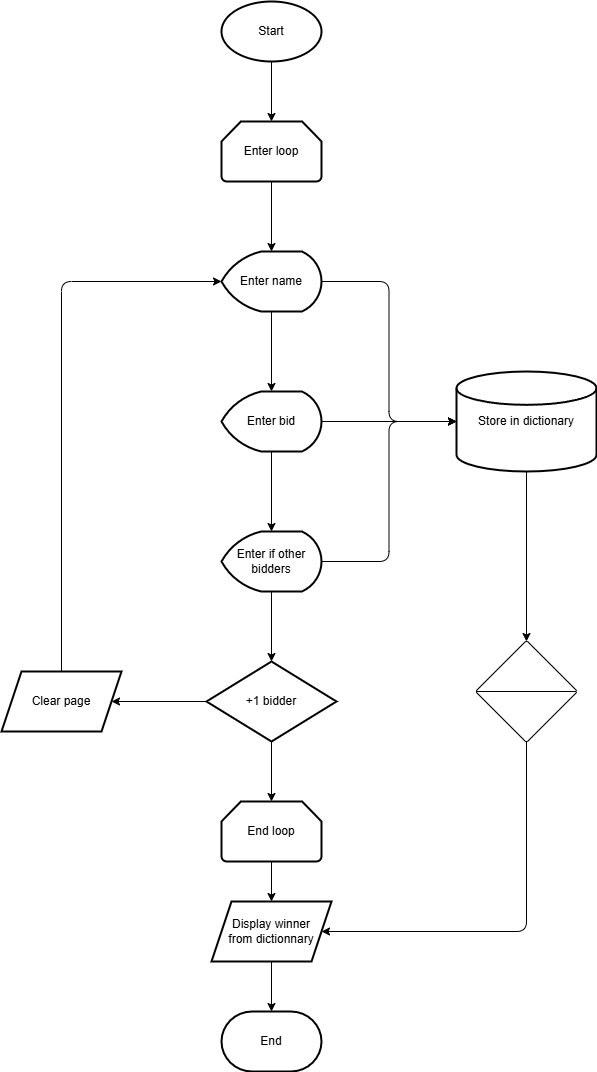
This is Flowcharts/auction.drawio.png from ShahinKhalkhali/Python-Training, a draw.io export, as it was before one commit. Source tidied: cells renumbered, new cells last; positions are measured from the earlier drawing's top-left corner, leaving out a move shared by most shapes.
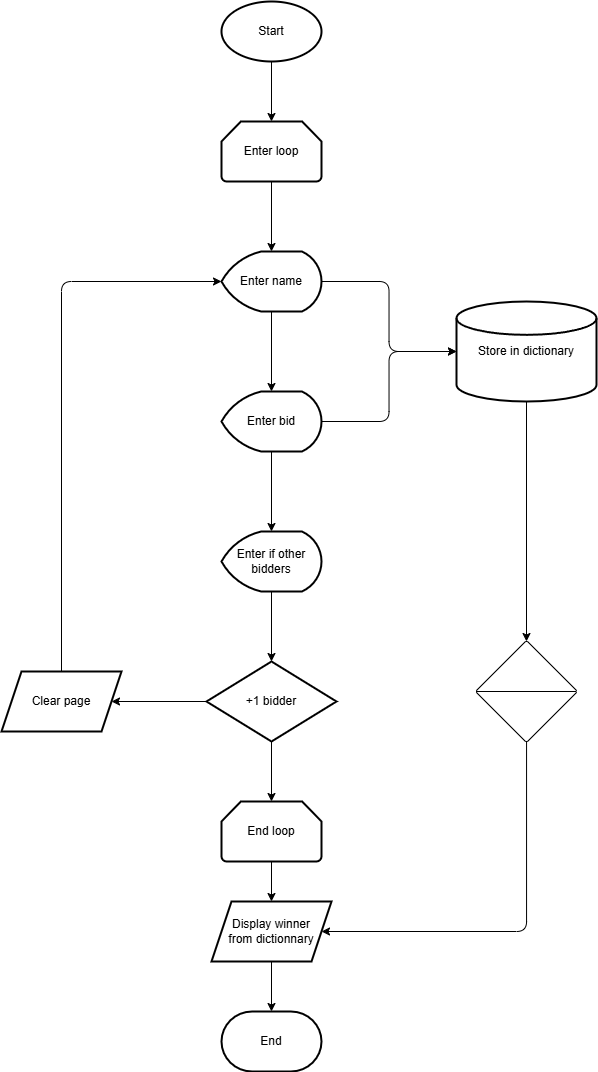
Later version of the same file.

Change to the diagram source:
```diff
@@ -70,14 +70,11 @@
       <mxGeometry x="210" y="900" width="120" height="60" as="geometry" />
     </mxCell>
     <mxCell id="23" value="Store in dictionary" style="strokeWidth=2;html=1;shape=mxgraph.flowchart.database;whiteSpace=wrap;" parent="1" vertex="1">
-      <mxGeometry x="455" y="370" width="140" height="100" as="geometry" />
+      <mxGeometry x="455" y="300" width="140" height="100" as="geometry" />
     </mxCell>
-    <mxCell id="24" style="edgeStyle=none;html=1;entryX=0;entryY=0.5;entryDx=0;entryDy=0;entryPerimeter=0;" parent="1" edge="1" source="7" target="23">
+    <mxCell id="24" style="edgeStyle=orthogonalEdgeStyle;html=1;entryX=0;entryY=0.5;entryDx=0;entryDy=0;entryPerimeter=0;" parent="1" edge="1" source="7" target="23">
       <mxGeometry relative="1" as="geometry" />
     </mxCell>
-    <mxCell id="25" style="edgeStyle=orthogonalEdgeStyle;html=1;exitX=1;exitY=0.5;exitDx=0;exitDy=0;exitPerimeter=0;entryX=0;entryY=0.5;entryDx=0;entryDy=0;entryPerimeter=0;" parent="1" edge="1" source="9" target="23">
-      <mxGeometry relative="1" as="geometry" />
-    </mxCell>
     <mxCell id="26" style="edgeStyle=orthogonalEdgeStyle;html=1;entryX=1;entryY=0.5;entryDx=0;entryDy=0;" parent="1" edge="1" source="27" target="22">
       <mxGeometry relative="1" as="geometry">
         <Array as="points">
```
